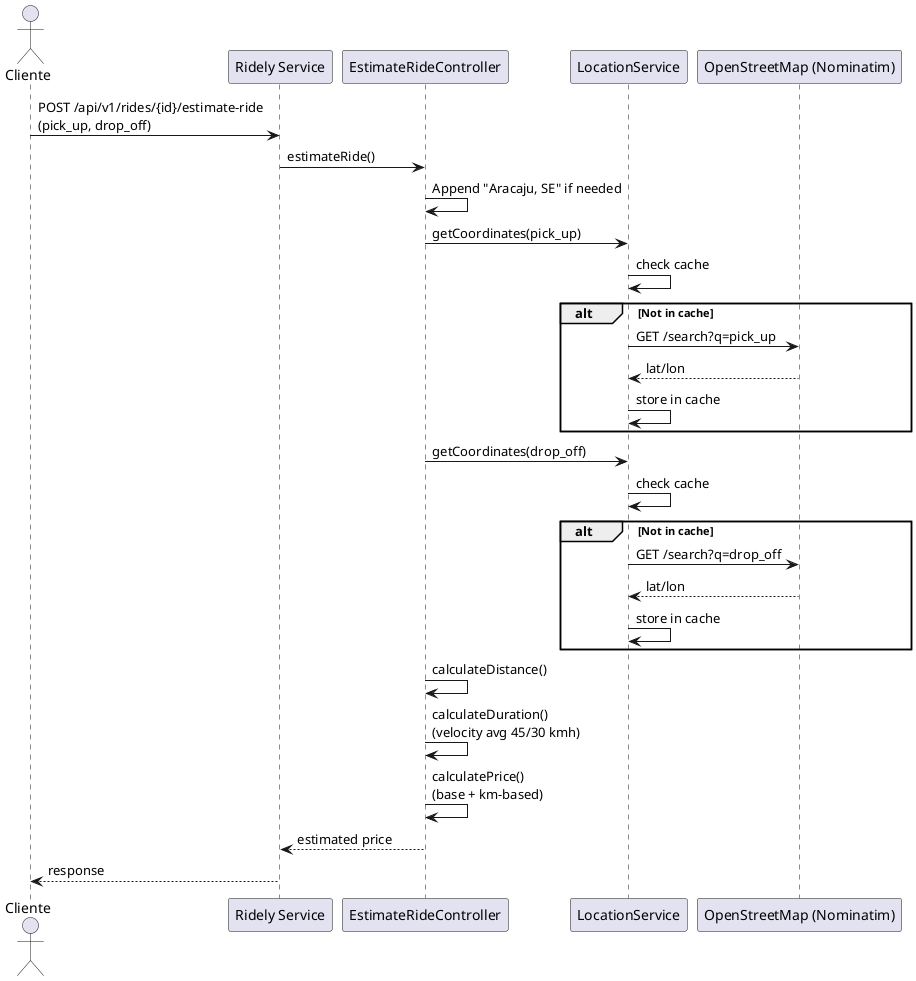
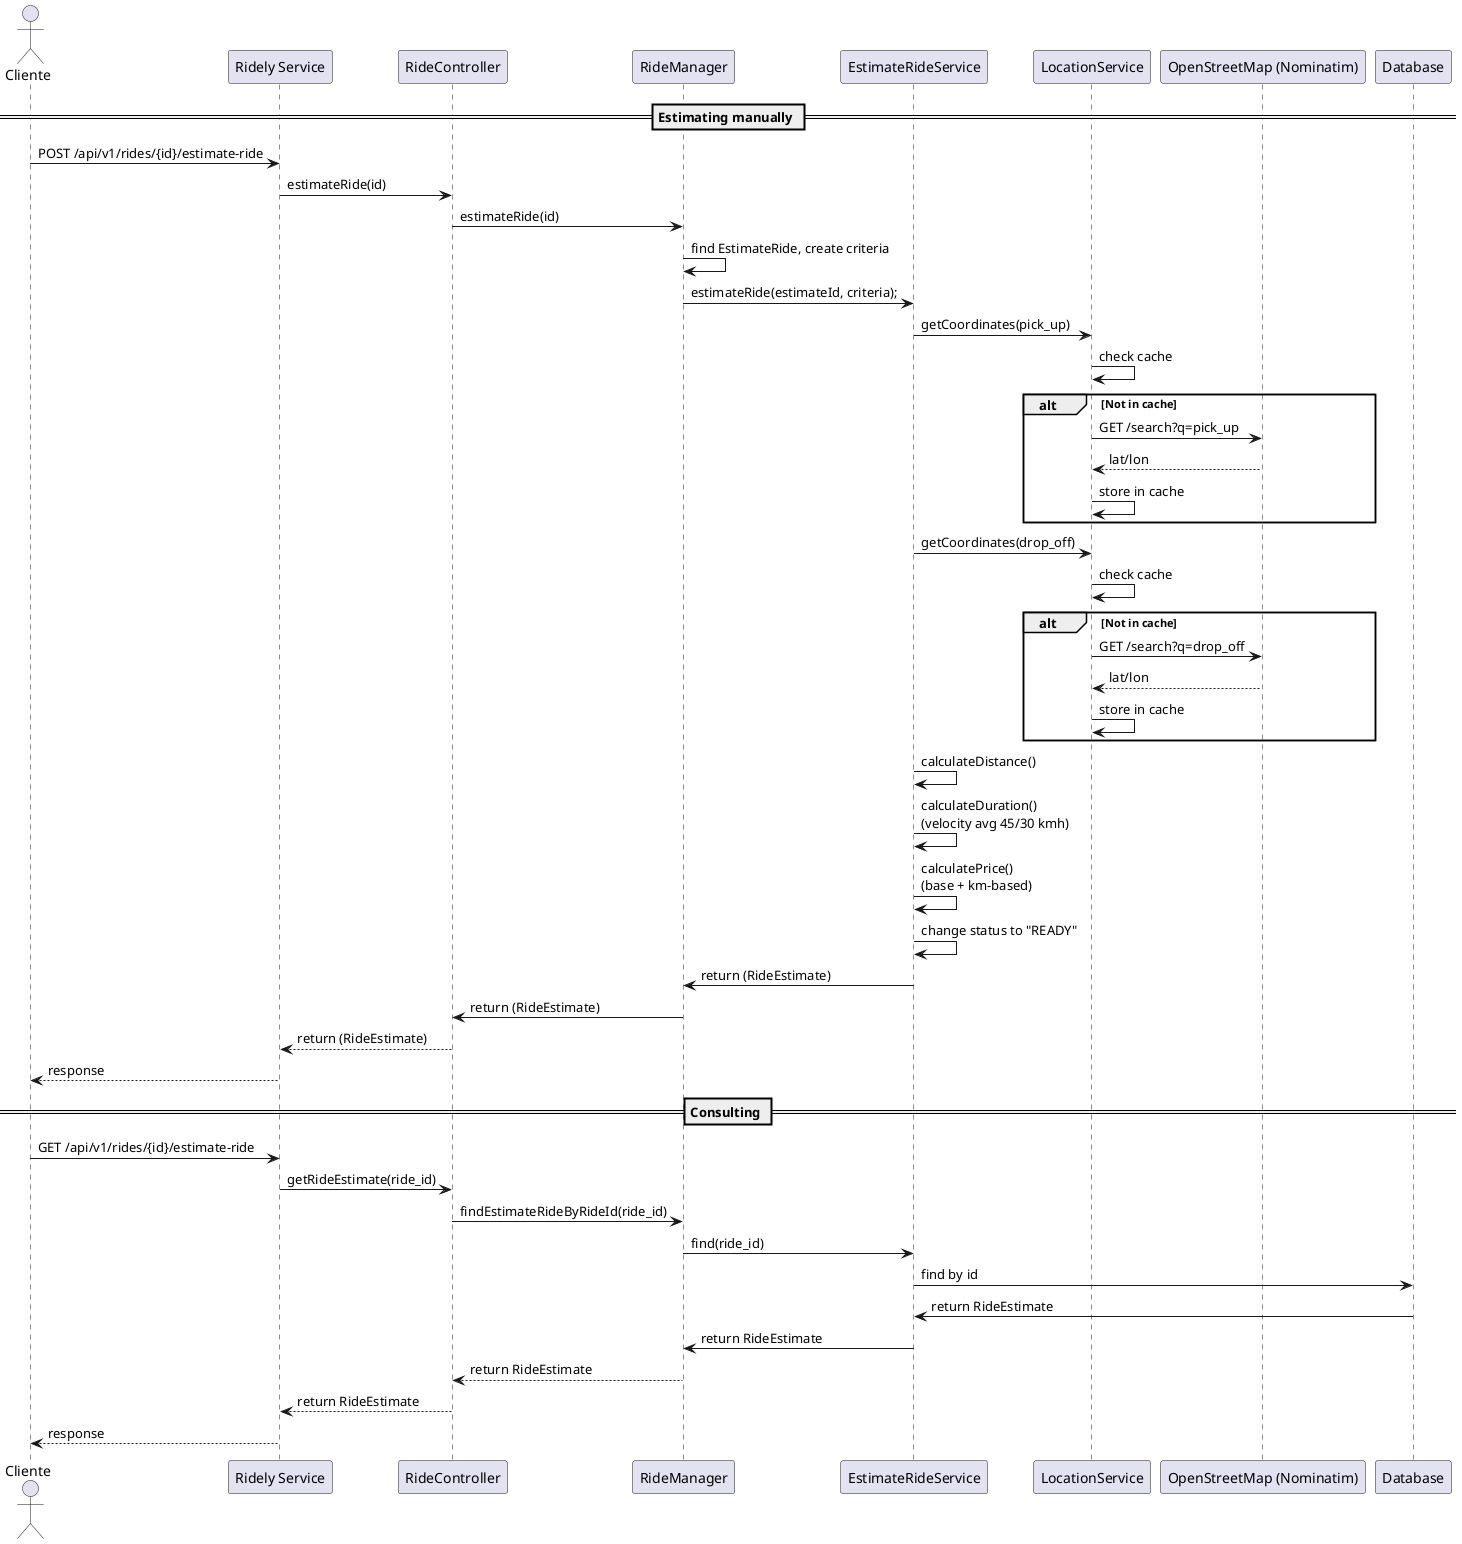
@startuml
actor Cliente
participant "Ridely Service" as RidelyService
- participant "EstimateRideController" as Controller
+ participant "RideController" as Controller
+ participant "RideManager" as RideManager
+ participant "EstimateRideService" as EstimateRideService
participant "LocationService" as LocationService
participant "OpenStreetMap (Nominatim)" as Nominatim

- Cliente -> RidelyService : POST /api/v1/rides/{id}/estimate-ride\n(pick_up, drop_off)
- RidelyService -> Controller : estimateRide()
- Controller -> Controller : Append "Aracaju, SE" if needed
- Controller -> LocationService : getCoordinates(pick_up)
+ == Estimating manually ==
+ Cliente -> RidelyService : POST /api/v1/rides/{id}/estimate-ride
+ RidelyService -> Controller : estimateRide(id)
+ Controller -> RideManager : estimateRide(id)
+ RideManager -> RideManager : find EstimateRide, create criteria
+ RideManager -> EstimateRideService: estimateRide(estimateId, criteria);
+ EstimateRideService -> LocationService : getCoordinates(pick_up)
LocationService -> LocationService : check cache
alt Not in cache
    LocationService -> Nominatim : GET /search?q=pick_up
    Nominatim --> LocationService : lat/lon
    LocationService -> LocationService : store in cache
end
- Controller -> LocationService : getCoordinates(drop_off)
+ EstimateRideService -> LocationService : getCoordinates(drop_off)
LocationService -> LocationService : check cache
alt Not in cache
    LocationService -> Nominatim : GET /search?q=drop_off
    Nominatim --> LocationService : lat/lon
    LocationService -> LocationService : store in cache
end
- Controller -> Controller : calculateDistance()
- Controller -> Controller : calculateDuration()\n(velocity avg 45/30 kmh)
- Controller -> Controller : calculatePrice()\n(base + km-based)
- Controller --> RidelyService : estimated price
+ EstimateRideService -> EstimateRideService : calculateDistance()
+ EstimateRideService -> EstimateRideService : calculateDuration()\n(velocity avg 45/30 kmh)
+ EstimateRideService -> EstimateRideService : calculatePrice()\n(base + km-based)
+ EstimateRideService -> EstimateRideService : change status to "READY"
+ EstimateRideService -> "RideManager" : return (RideEstimate)
+ RideManager -> "Controller" : return (RideEstimate)
+ Controller --> RidelyService : return (RideEstimate)
+ RidelyService --> Cliente : response
+ == Consulting ==
+ 
+ Cliente -> RidelyService : GET /api/v1/rides/{id}/estimate-ride
+ RidelyService -> Controller : getRideEstimate(ride_id)
+ Controller -> "RideManager" : findEstimateRideByRideId(ride_id)
+ RideManager -> EstimateRideService : find(ride_id)
+ EstimateRideService -> Database : find by id
+ Database -> EstimateRideService : return RideEstimate
+ EstimateRideService -> RideManager : return RideEstimate
+ RideManager --> Controller : return RideEstimate
+ Controller --> RidelyService : return RideEstimate
RidelyService --> Cliente : response
@enduml
+ 
+ 
